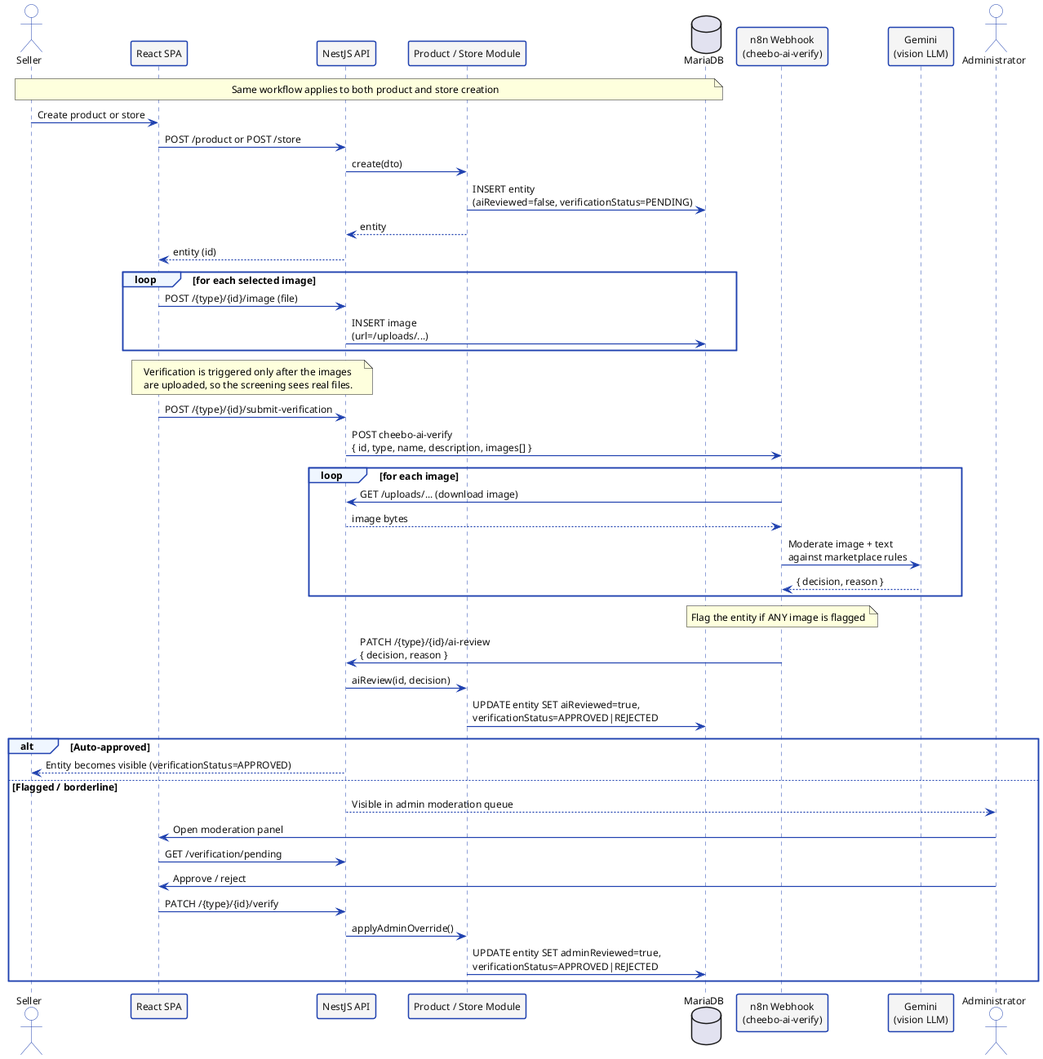
This is diagrams/seq-verify.png from NadimJebali/Pfe-rapport, a PlantUML export, as it was before one commit.
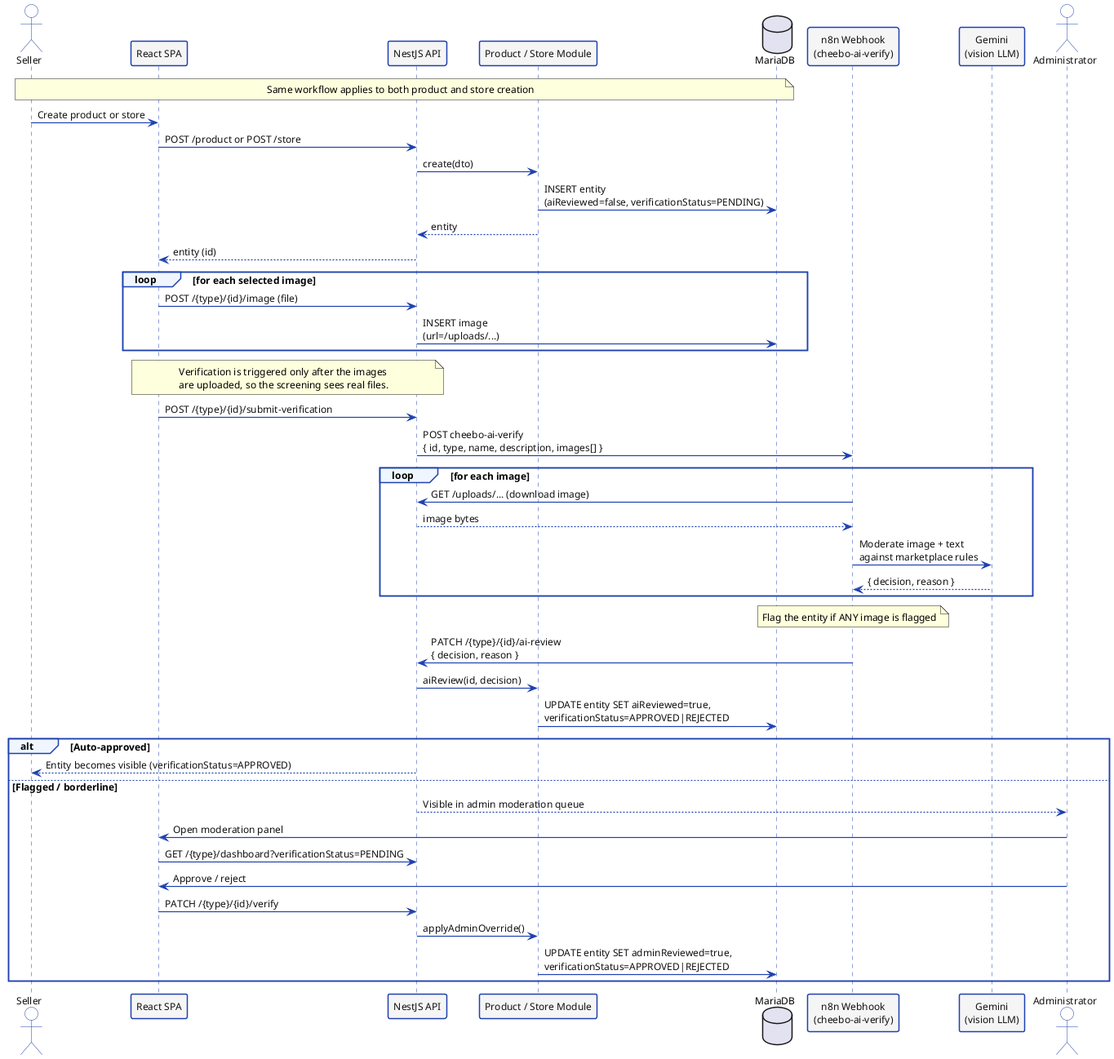
The same file after the commit.

What changed in the source:
```diff
@@ -70,7 +70,7 @@
 else Flagged / borderline
   BE --> A : Visible in admin moderation queue
   A -> FE : Open moderation panel
-  FE -> BE : GET /verification/pending
+  FE -> BE : GET /{type}/dashboard?verificationStatus=PENDING
   A -> FE : Approve / reject
   FE -> BE : PATCH /{type}/{id}/verify
   BE -> PM : applyAdminOverride()
```
